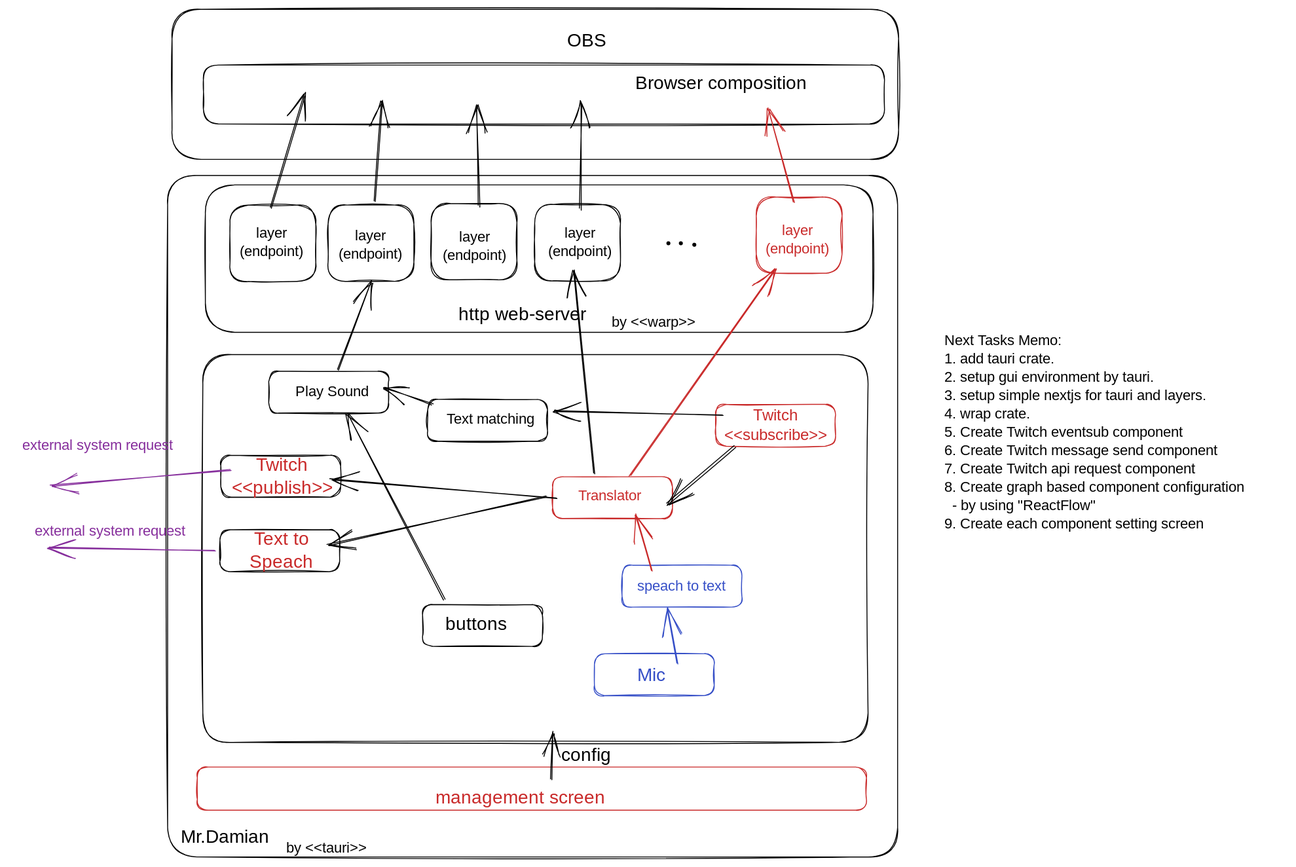
The Excalidraw diagram docs/overview.svg in yuniruyuni/MrDamian-Old, before a commit. Source tidied: one line per element, renumbered; positions are measured from the earlier drawing's top-left corner, leaving out a move shared by most shapes.
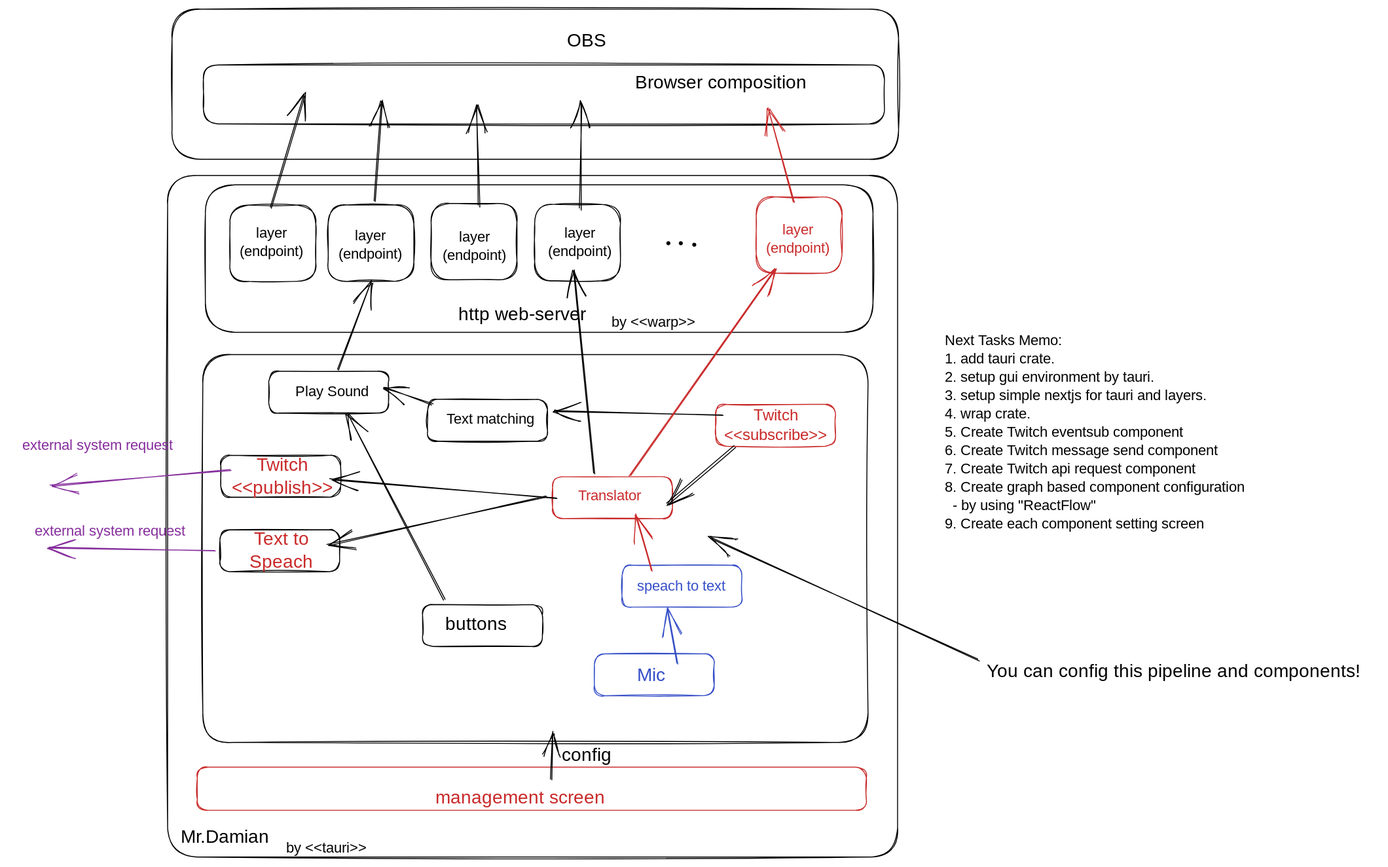
The same diagram one commit later.

Commit message:
docs: add a note for config

Change to the diagram source:
```diff
@@ -65,3 +65,5 @@
 {"id": 64, "type": "text", "text": "by <<tauri>>", "strokeColor": "#000000", "strokeWidth": 1, "roughness": 1, "fontSize": 16, "fontFamily": 1, "textAlign": "center", "x": 298, "y": 906, "width": 98, "height": 20}
 {"id": 65, "type": "text", "text": "by <<warp>>", "strokeColor": "#000000", "strokeWidth": 1, "roughness": 1, "fontSize": 16, "fontFamily": 1, "textAlign": "center", "x": 656, "y": 332, "width": 94, "height": 20}
 {"id": 66, "type": "text", "text": "Next Tasks Memo:\n1. add tauri crate.\n2. setup gui environment by tauri.\n3. setup simple nextjs for tauri and layers.\n4. wrap crate.\n5. Create Twitch eventsub component\n6. Create Twitch message send component\n7. Create Twitch api request component\n8. Create graph based component configuration\n  - by using \"ReactFlow\"\n9. Create each component setting screen", "strokeColor": "#000000", "strokeWidth": 1, "roughness": 1, "fontSize": 16, "fontFamily": 1, "x": 1021, "y": 352, "width": 373, "height": 220}
+{"id": 67, "type": "text", "text": "You can config this pipeline and components!", "strokeColor": "#000000", "strokeWidth": 1, "roughness": 1, "fontSize": 20, "fontFamily": 1, "x": 1066, "y": 711, "width": 428, "height": 25}
+{"id": 68, "type": "arrow", "strokeColor": "#000000", "strokeWidth": 1, "roughness": 1, "endArrowhead": "arrow", "round": true, "from": 67, "x": 1058, "y": 710, "width": 293, "height": 133, "points": [[0, 0], [-293, -133]]}
```
